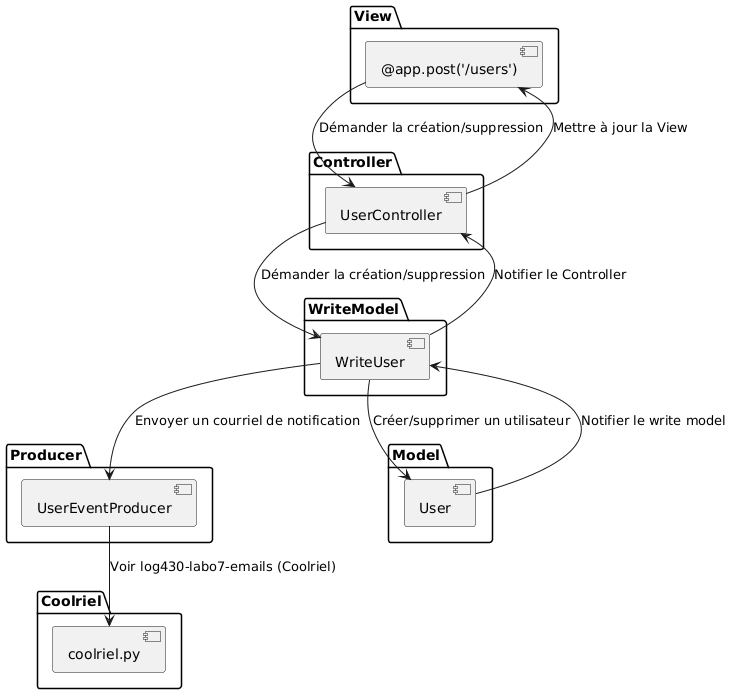
Earlier version of the PlantUML export docs/arc42/component.png (marc187-organization/log430-a25-labo5).
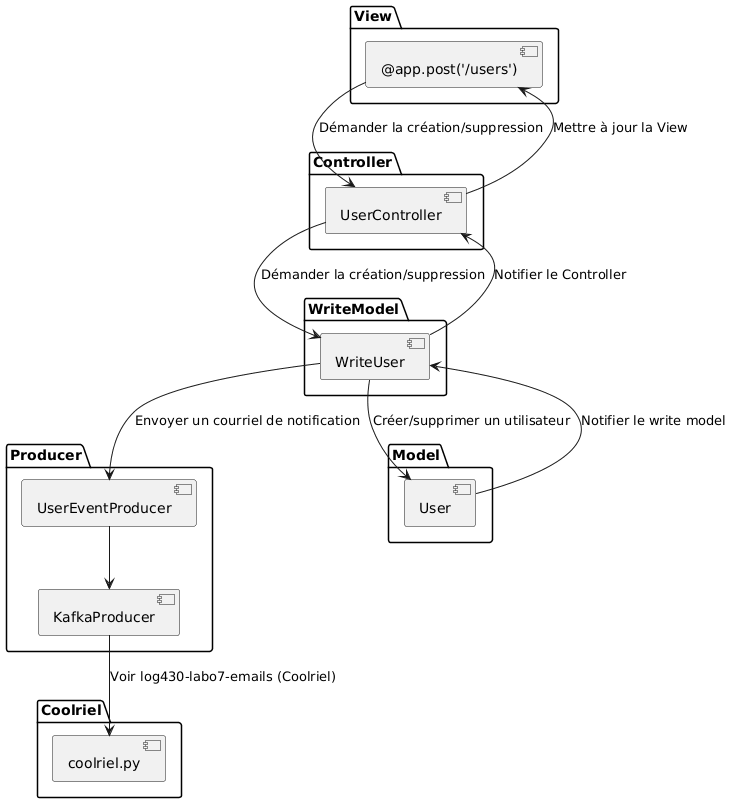
After the change.

Commit message:
update component diagram

What changed in the source:
```diff
@@ -13,6 +13,7 @@
 
 package Producer {
     [UserEventProducer]
+    [KafkaProducer]
 }
 
 package Model {
@@ -31,5 +32,6 @@
 [WriteUser] --> [User] : Créer/supprimer un utilisateur
 [User] --> [WriteUser] : Notifier le write model
 [WriteUser] --> [UserEventProducer] : Envoyer un courriel de notification
-[UserEventProducer] --> [coolriel.py] : Voir log430-labo7-emails (Coolriel)
+[UserEventProducer] --> [KafkaProducer]
+[KafkaProducer] --> [coolriel.py] : Voir log430-labo7-emails (Coolriel)
 @enduml
```
